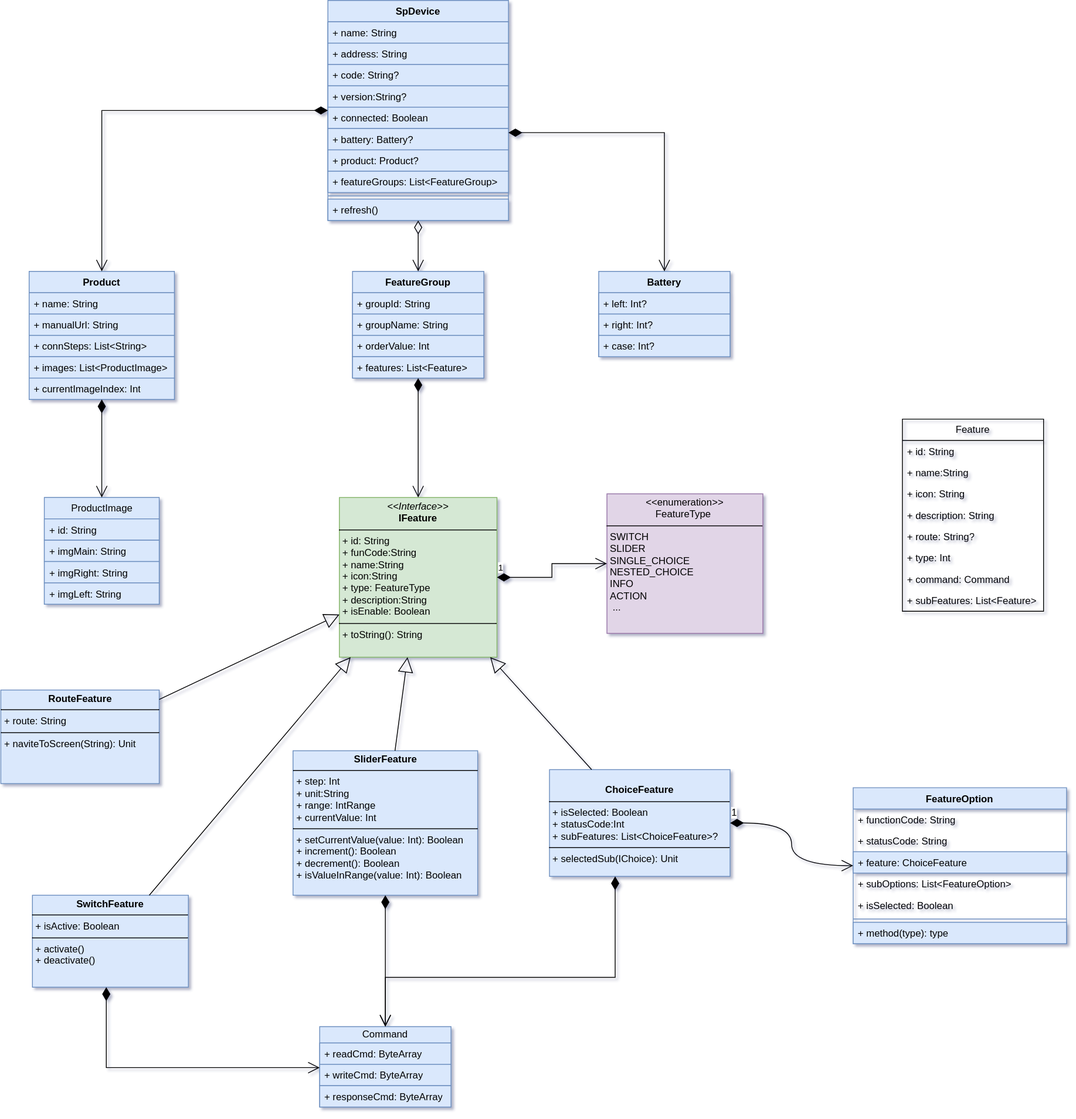
Above: sp-device.drawio.svg in kekemao00/draw-libs (draw.io), before the change. Source tidied: cells renumbered, new cells last; positions are measured from the earlier drawing's top-left corner, leaving out a move shared by most shapes.
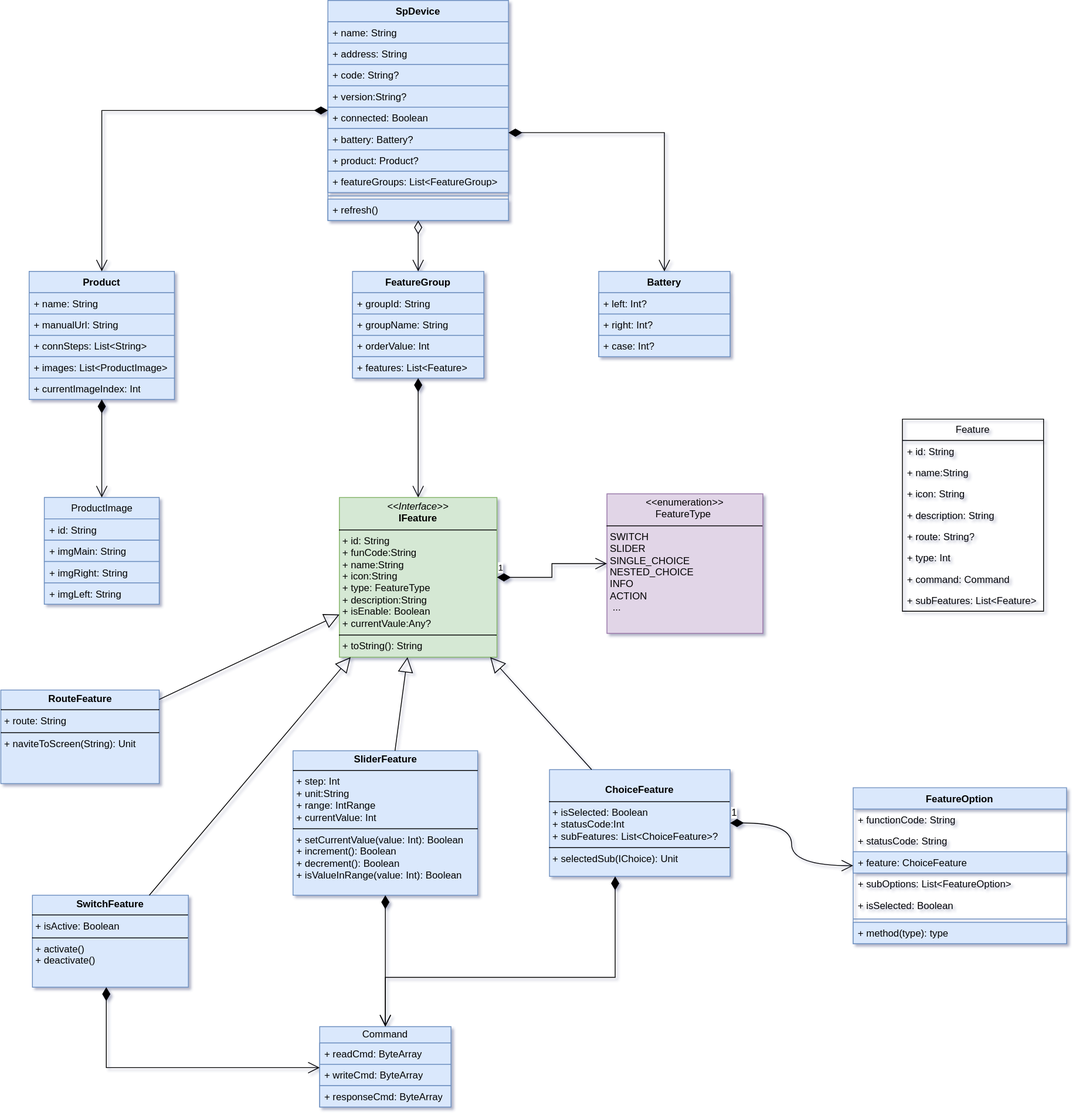
The same diagram one commit later.

Diff of the diagram source:
```diff
@@ -134,7 +134,7 @@
     <mxCell id="45" value="+ responseCmd: ByteArray" style="text;strokeColor=#6c8ebf;fillColor=#dae8fc;align=left;verticalAlign=top;spacingLeft=4;spacingRight=4;overflow=hidden;whiteSpace=wrap;html=1;" parent="42" vertex="1">
       <mxGeometry y="72" width="160" height="26" as="geometry" />
     </mxCell>
-    <mxCell id="46" value="&lt;p style=&quot;margin:0px;margin-top:4px;text-align:center;&quot;&gt;&lt;i&gt;&amp;lt;&amp;lt;Interface&amp;gt;&amp;gt;&lt;/i&gt;&lt;br&gt;&lt;b&gt;IFeature&lt;/b&gt;&lt;/p&gt;&lt;hr size=&quot;1&quot; style=&quot;border-style:solid;&quot;&gt;&lt;p style=&quot;margin:0px;margin-left:4px;&quot;&gt;+ id: String&lt;br&gt;+ funCode:String&lt;br&gt;+ name:String&lt;br&gt;+ icon:String&lt;br&gt;+ type:&amp;nbsp;&lt;span style=&quot;text-align: center;&quot;&gt;FeatureType&amp;nbsp;&lt;/span&gt;&lt;br&gt;+ description:String&lt;br&gt;+ isEnable: Boolean&lt;/p&gt;&lt;hr size=&quot;1&quot; style=&quot;border-style:solid;&quot;&gt;&lt;p style=&quot;margin:0px;margin-left:4px;&quot;&gt;+ toString(): String&lt;br&gt;&lt;/p&gt;" style="verticalAlign=top;align=left;overflow=fill;html=1;whiteSpace=wrap;fillColor=#d5e8d4;strokeColor=#82b366;" parent="1" vertex="1">
+    <mxCell id="46" value="&lt;p style=&quot;margin:0px;margin-top:4px;text-align:center;&quot;&gt;&lt;i&gt;&amp;lt;&amp;lt;Interface&amp;gt;&amp;gt;&lt;/i&gt;&lt;br&gt;&lt;b&gt;IFeature&lt;/b&gt;&lt;/p&gt;&lt;hr size=&quot;1&quot; style=&quot;border-style:solid;&quot;&gt;&lt;p style=&quot;margin:0px;margin-left:4px;&quot;&gt;+ id: String&lt;br&gt;+ funCode:String&lt;br&gt;+ name:String&lt;br&gt;+ icon:String&lt;br&gt;+ type:&amp;nbsp;&lt;span style=&quot;text-align: center;&quot;&gt;FeatureType&amp;nbsp;&lt;/span&gt;&lt;br&gt;+ description:String&lt;br&gt;+ isEnable: Boolean&lt;/p&gt;&lt;p style=&quot;margin:0px;margin-left:4px;&quot;&gt;+ currentVaule:Any?&lt;/p&gt;&lt;hr size=&quot;1&quot; style=&quot;border-style:solid;&quot;&gt;&lt;p style=&quot;margin:0px;margin-left:4px;&quot;&gt;+ toString(): String&lt;br&gt;&lt;/p&gt;" style="verticalAlign=top;align=left;overflow=fill;html=1;whiteSpace=wrap;fillColor=#d5e8d4;strokeColor=#82b366;" parent="1" vertex="1">
       <mxGeometry x="412" y="605.5" width="192" height="194.5" as="geometry" />
     </mxCell>
     <mxCell id="47" value="&lt;p style=&quot;margin:0px;margin-top:4px;text-align:center;&quot;&gt;&lt;b&gt;RouteFeature&lt;/b&gt;&lt;/p&gt;&lt;hr size=&quot;1&quot; style=&quot;border-style:solid;&quot;&gt;&lt;p style=&quot;margin:0px;margin-left:4px;&quot;&gt;+ route: String&lt;/p&gt;&lt;hr size=&quot;1&quot; style=&quot;border-style:solid;&quot;&gt;&lt;p style=&quot;margin:0px;margin-left:4px;&quot;&gt;+ naviteToScreen(String): Unit&lt;br&gt;&lt;/p&gt;" style="verticalAlign=top;align=left;overflow=fill;html=1;whiteSpace=wrap;fillColor=#dae8fc;strokeColor=#6c8ebf;" parent="1" vertex="1">
```
